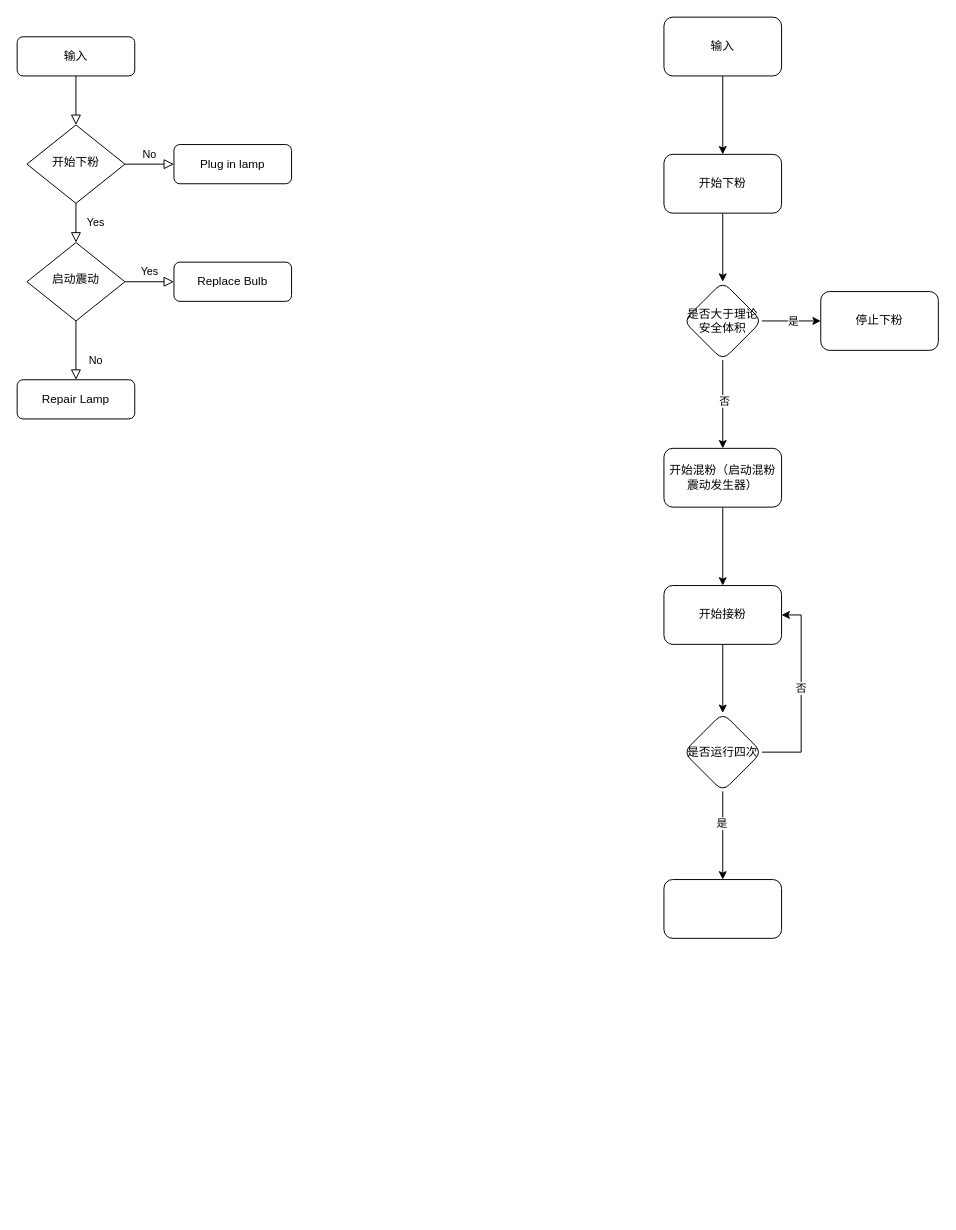
Above: 未命名绘图.drawio in Hoemu/Drawio_store (draw.io), before the change. Source tidied: cells renumbered, new cells numbered last; positions are measured from the earlier drawing's top-left corner, leaving out a move shared by most shapes. Both pictures are drawn from the tidied source at 98%, with x=0, y=0 at pixel (17, 17).
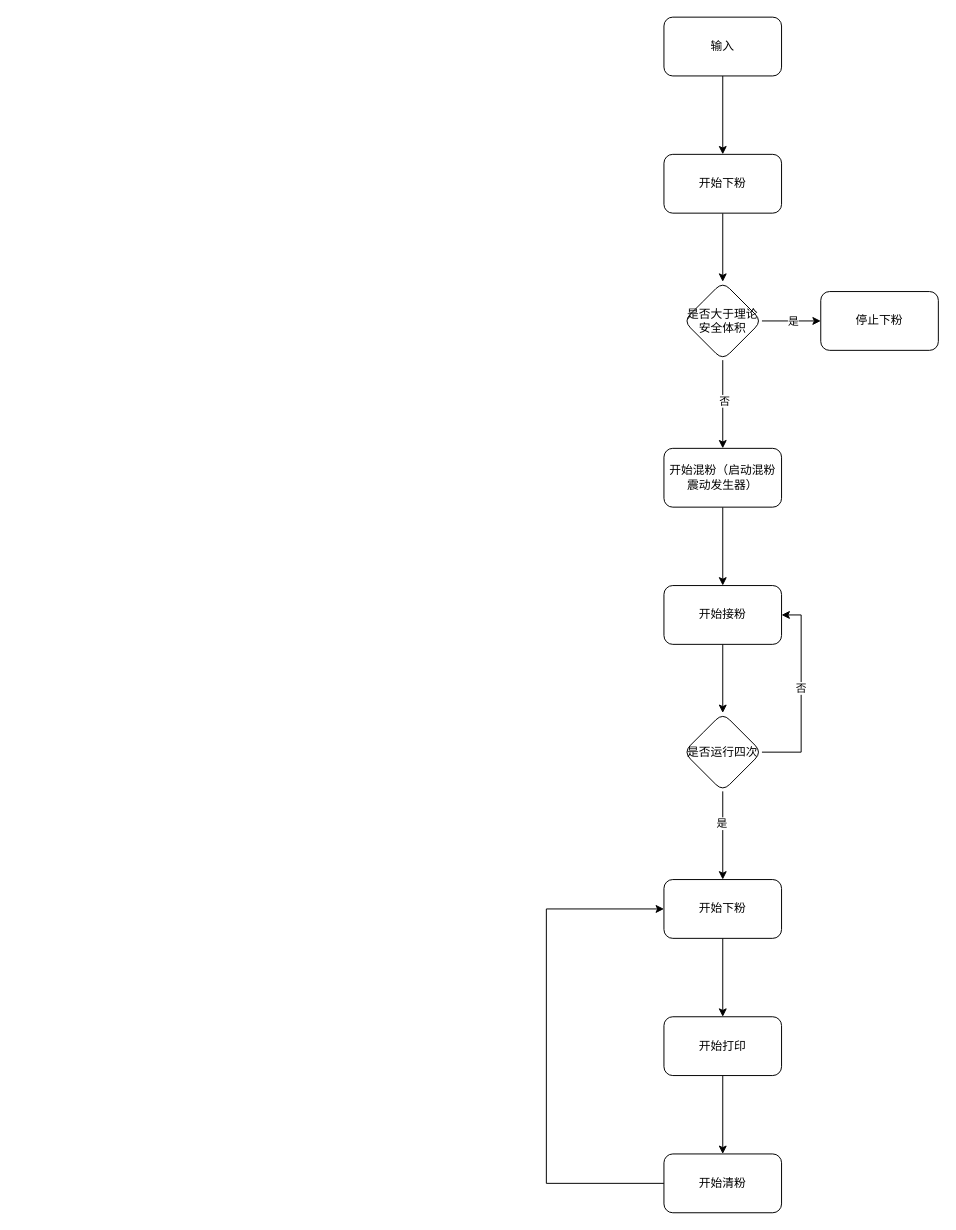
The same diagram, later.

Commit message:
更新未命名绘图.drawio

The edit, as a diff of the source:
```diff
@@
-    <mxCell id="2" style="rounded=0;html=1;jettySize=auto;fontSize=11;endArrow=block;endFill=0;endSize=8;strokeWidth=1;shadow=0;labelBackgroundColor=none;edgeStyle=orthogonalEdgeStyle;" parent="1" edge="1" source="3" target="6">
-      <mxGeometry relative="1" as="geometry" />
-    </mxCell>
-    <mxCell id="3" value="输入" style="rounded=1;whiteSpace=wrap;html=1;fontSize=12;glass=0;strokeWidth=1;shadow=0;" parent="1" vertex="1">
-      <mxGeometry y="20" width="120" height="40" as="geometry" />
-    </mxCell>
-    <mxCell id="4" value="Yes" style="rounded=0;html=1;jettySize=auto;fontSize=11;endArrow=block;endFill=0;endSize=8;strokeWidth=1;shadow=0;labelBackgroundColor=none;edgeStyle=orthogonalEdgeStyle;" parent="1" edge="1" source="6" target="10">
-      <mxGeometry y="20" relative="1" as="geometry" />
-    </mxCell>
-    <mxCell id="5" value="No" style="edgeStyle=orthogonalEdgeStyle;rounded=0;html=1;jettySize=auto;fontSize=11;endArrow=block;endFill=0;endSize=8;strokeWidth=1;shadow=0;labelBackgroundColor=none;" parent="1" edge="1" source="6" target="7">
-      <mxGeometry y="10" relative="1" as="geometry" />
-    </mxCell>
-    <mxCell id="6" value="开始下粉" style="rhombus;whiteSpace=wrap;html=1;shadow=0;fontFamily=Helvetica;fontSize=12;align=center;strokeWidth=1;spacing=6;spacingTop=-4;" parent="1" vertex="1">
-      <mxGeometry x="10" y="110" width="100" height="80" as="geometry" />
-    </mxCell>
-    <mxCell id="7" value="Plug in lamp" style="rounded=1;whiteSpace=wrap;html=1;fontSize=12;glass=0;strokeWidth=1;shadow=0;" parent="1" vertex="1">
-      <mxGeometry x="160" y="130" width="120" height="40" as="geometry" />
-    </mxCell>
-    <mxCell id="8" value="No" style="rounded=0;html=1;jettySize=auto;fontSize=11;endArrow=block;endFill=0;endSize=8;strokeWidth=1;shadow=0;labelBackgroundColor=none;edgeStyle=orthogonalEdgeStyle;" parent="1" edge="1" source="10" target="11">
-      <mxGeometry x="0.33" y="20" relative="1" as="geometry" />
-    </mxCell>
-    <mxCell id="9" value="Yes" style="edgeStyle=orthogonalEdgeStyle;rounded=0;html=1;jettySize=auto;fontSize=11;endArrow=block;endFill=0;endSize=8;strokeWidth=1;shadow=0;labelBackgroundColor=none;" parent="1" edge="1" source="10" target="12">
-      <mxGeometry y="10" relative="1" as="geometry" />
-    </mxCell>
-    <mxCell id="10" value="启动震动" style="rhombus;whiteSpace=wrap;html=1;shadow=0;fontFamily=Helvetica;fontSize=12;align=center;strokeWidth=1;spacing=6;spacingTop=-4;" parent="1" vertex="1">
-      <mxGeometry x="10" y="230" width="100" height="80" as="geometry" />
-    </mxCell>
-    <mxCell id="11" value="Repair Lamp" style="rounded=1;whiteSpace=wrap;html=1;fontSize=12;glass=0;strokeWidth=1;shadow=0;" parent="1" vertex="1">
-      <mxGeometry y="370" width="120" height="40" as="geometry" />
-    </mxCell>
-    <mxCell id="12" value="Replace Bulb" style="rounded=1;whiteSpace=wrap;html=1;fontSize=12;glass=0;strokeWidth=1;shadow=0;" parent="1" vertex="1">
-      <mxGeometry x="160" y="250" width="120" height="40" as="geometry" />
-    </mxCell>
@@
+    <mxCell id="33" style="edgeStyle=orthogonalEdgeStyle;rounded=0;jettySize=auto;html=1;" parent="1" edge="1" source="32" target="35">
+      <mxGeometry relative="1" as="geometry" />
+    </mxCell>
-    <mxCell id="32" style="whiteSpace=wrap;html=1;rounded=1;" parent="1" vertex="1">
+    <mxCell id="32" value="开始下粉" style="whiteSpace=wrap;html=1;rounded=1;" parent="1" vertex="1">
       <mxGeometry x="660" y="880" width="120" height="60" as="geometry" />
     </mxCell>
+    <mxCell id="34" style="edgeStyle=orthogonalEdgeStyle;rounded=0;jettySize=auto;html=1;" parent="1" edge="1" source="35" target="37">
+      <mxGeometry relative="1" as="geometry" />
+    </mxCell>
+    <mxCell id="35" value="开始打印" style="whiteSpace=wrap;html=1;rounded=1;" parent="1" vertex="1">
+      <mxGeometry x="660" y="1020" width="120" height="60" as="geometry" />
+    </mxCell>
+    <mxCell id="36" style="edgeStyle=orthogonalEdgeStyle;rounded=0;jettySize=auto;html=1;entryX=0;entryY=0.5;entryDx=0;entryDy=0;" parent="1" edge="1" source="37" target="32">
+      <mxGeometry relative="1" as="geometry">
+        <Array as="points">
+          <mxPoint x="540" y="1190" />
+          <mxPoint x="540" y="910" />
+        </Array>
+      </mxGeometry>
+    </mxCell>
+    <mxCell id="37" value="开始清粉" style="whiteSpace=wrap;html=1;rounded=1;" parent="1" vertex="1">
+      <mxGeometry x="660" y="1160" width="120" height="60" as="geometry" />
+    </mxCell>
```
